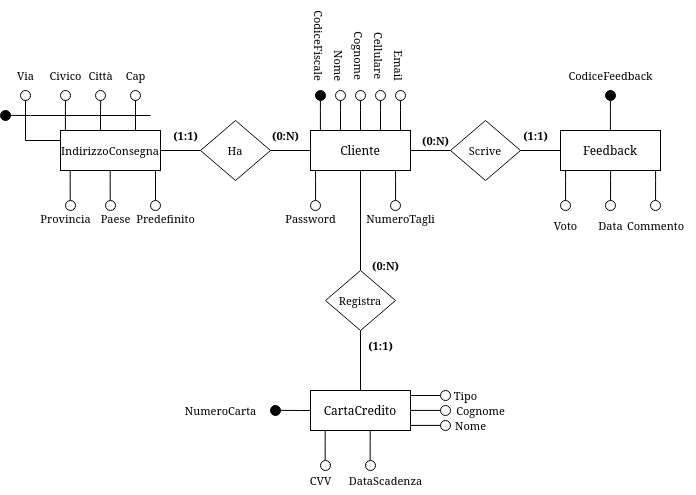
The draw.io diagram fase_due/images/rifinitura_cliente.png in IonutZbir/ProgettoDatabase, before a commit. Source tidied: cells renumbered, new cells last; positions are measured from the earlier drawing's top-left corner, leaving out a move shared by most shapes.
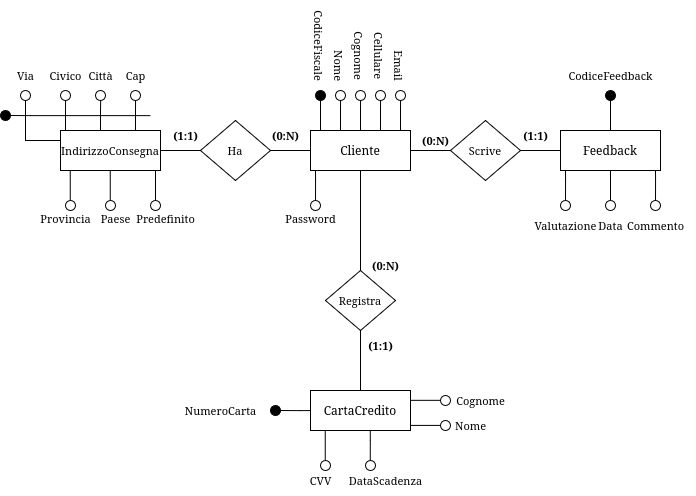
After the change.

The edit, as a diff of the source:
```diff
@@ -17,12 +17,6 @@
     <mxCell id="6" value="Feedback" style="whiteSpace=wrap;html=1;align=center;" parent="1" vertex="1">
       <mxGeometry x="560" y="100" width="100" height="40" as="geometry" />
     </mxCell>
-    <mxCell id="7" style="edgeStyle=orthogonalEdgeStyle;shape=connector;rounded=0;orthogonalLoop=1;jettySize=auto;html=1;strokeColor=default;align=center;verticalAlign=middle;fontFamily=Helvetica;fontSize=11;fontColor=default;labelBackgroundColor=default;endArrow=none;endFill=0;" parent="1" edge="1">
-      <mxGeometry relative="1" as="geometry">
-        <mxPoint x="410" y="365" as="sourcePoint" />
-        <mxPoint x="440" y="365" as="targetPoint" />
-      </mxGeometry>
-    </mxCell>
     <mxCell id="8" value="CartaCredito" style="whiteSpace=wrap;html=1;align=center;" parent="1" vertex="1">
       <mxGeometry x="310" y="360" width="100" height="40" as="geometry" />
     </mxCell>
@@ -257,22 +251,6 @@
     <mxCell id="57" value="Password" style="text;html=1;align=center;verticalAlign=middle;strokeColor=none;fillColor=none;fontFamily=Helvetica;fontSize=11;fontColor=default;labelBackgroundColor=default;" parent="1" vertex="1">
       <mxGeometry x="275" y="173" width="70" height="30" as="geometry" />
     </mxCell>
-    <mxCell id="58" style="edgeStyle=orthogonalEdgeStyle;shape=connector;rounded=0;orthogonalLoop=1;jettySize=auto;html=1;exitX=0.25;exitY=0;exitDx=0;exitDy=0;strokeColor=default;align=center;verticalAlign=middle;fontFamily=Helvetica;fontSize=11;fontColor=default;labelBackgroundColor=default;endArrow=none;endFill=0;" parent="1" edge="1">
-      <mxGeometry relative="1" as="geometry">
-        <mxPoint x="395.1" y="170" as="sourcePoint" />
-        <mxPoint x="395.1" y="140" as="targetPoint" />
-        <Array as="points">
-          <mxPoint x="395.3" y="150" />
-          <mxPoint x="395.3" y="150" />
-        </Array>
-      </mxGeometry>
-    </mxCell>
-    <mxCell id="59" style="ellipse;whiteSpace=wrap;html=1;fontFamily=Helvetica;fontSize=11;fontColor=default;labelBackgroundColor=default;" parent="1" vertex="1">
-      <mxGeometry x="390" y="170" width="10" height="10" as="geometry" />
-    </mxCell>
-    <mxCell id="60" value="NumeroTagli" style="text;html=1;align=center;verticalAlign=middle;strokeColor=none;fillColor=none;fontFamily=Helvetica;fontSize=11;fontColor=default;labelBackgroundColor=default;" parent="1" vertex="1">
-      <mxGeometry x="360" y="173" width="80" height="30" as="geometry" />
-    </mxCell>
     <mxCell id="61" style="edgeStyle=orthogonalEdgeStyle;shape=connector;rounded=0;orthogonalLoop=1;jettySize=auto;html=1;exitX=0.25;exitY=0;exitDx=0;exitDy=0;strokeColor=default;align=center;verticalAlign=middle;fontFamily=Helvetica;fontSize=11;fontColor=default;labelBackgroundColor=default;endArrow=none;endFill=0;" parent="1" edge="1">
       <mxGeometry relative="1" as="geometry">
         <mxPoint x="565" y="170" as="sourcePoint" />
@@ -286,8 +264,8 @@
     <mxCell id="62" style="ellipse;whiteSpace=wrap;html=1;fontFamily=Helvetica;fontSize=11;fontColor=default;labelBackgroundColor=default;" parent="1" vertex="1">
       <mxGeometry x="560" y="170" width="10" height="10" as="geometry" />
     </mxCell>
-    <mxCell id="63" value="Voto" style="text;html=1;align=center;verticalAlign=middle;strokeColor=none;fillColor=none;fontFamily=Helvetica;fontSize=11;fontColor=default;labelBackgroundColor=default;" parent="1" vertex="1">
-      <mxGeometry x="540" y="180" width="50" height="30" as="geometry" />
+    <mxCell id="63" value="Valutazione" style="text;html=1;align=center;verticalAlign=middle;strokeColor=none;fillColor=none;fontFamily=Helvetica;fontSize=11;fontColor=default;labelBackgroundColor=default;" parent="1" vertex="1">
+      <mxGeometry x="520" y="180" width="90" height="30" as="geometry" />
     </mxCell>
     <mxCell id="64" style="edgeStyle=orthogonalEdgeStyle;shape=connector;rounded=0;orthogonalLoop=1;jettySize=auto;html=1;exitX=0.25;exitY=0;exitDx=0;exitDy=0;strokeColor=default;align=center;verticalAlign=middle;fontFamily=Helvetica;fontSize=11;fontColor=default;labelBackgroundColor=default;endArrow=none;endFill=0;" parent="1" edge="1">
       <mxGeometry relative="1" as="geometry">
@@ -369,12 +347,6 @@
     <mxCell id="78" value="CVV" style="text;html=1;align=center;verticalAlign=middle;strokeColor=none;fillColor=none;fontFamily=Helvetica;fontSize=11;fontColor=default;labelBackgroundColor=default;" parent="1" vertex="1">
       <mxGeometry x="295" y="435" width="50" height="30" as="geometry" />
     </mxCell>
-    <mxCell id="79" style="ellipse;whiteSpace=wrap;html=1;fontFamily=Helvetica;fontSize=11;fontColor=default;labelBackgroundColor=default;" parent="1" vertex="1">
-      <mxGeometry x="440" y="360" width="10" height="10" as="geometry" />
-    </mxCell>
-    <mxCell id="80" value="Tipo" style="text;html=1;align=center;verticalAlign=middle;strokeColor=none;fillColor=none;fontFamily=Helvetica;fontSize=11;fontColor=default;labelBackgroundColor=default;" parent="1" vertex="1">
-      <mxGeometry x="445" y="350" width="40" height="30" as="geometry" />
-    </mxCell>
     <mxCell id="81" style="edgeStyle=orthogonalEdgeStyle;shape=connector;rounded=0;orthogonalLoop=1;jettySize=auto;html=1;strokeColor=default;align=center;verticalAlign=middle;fontFamily=Helvetica;fontSize=11;fontColor=default;labelBackgroundColor=default;endArrow=none;endFill=0;" parent="1" edge="1">
       <mxGeometry relative="1" as="geometry">
         <mxPoint x="410" y="394.9" as="sourcePoint" />
@@ -389,15 +361,15 @@
     </mxCell>
     <mxCell id="84" style="edgeStyle=orthogonalEdgeStyle;shape=connector;rounded=0;orthogonalLoop=1;jettySize=auto;html=1;strokeColor=default;align=center;verticalAlign=middle;fontFamily=Helvetica;fontSize=11;fontColor=default;labelBackgroundColor=default;endArrow=none;endFill=0;" parent="1" edge="1">
       <mxGeometry relative="1" as="geometry">
-        <mxPoint x="410" y="379.9" as="sourcePoint" />
-        <mxPoint x="440" y="379.9" as="targetPoint" />
+        <mxPoint x="410" y="369.8" as="sourcePoint" />
+        <mxPoint x="440" y="369.8" as="targetPoint" />
       </mxGeometry>
     </mxCell>
     <mxCell id="85" style="ellipse;whiteSpace=wrap;html=1;fontFamily=Helvetica;fontSize=11;fontColor=default;labelBackgroundColor=default;" parent="1" vertex="1">
-      <mxGeometry x="440" y="375" width="10" height="10" as="geometry" />
+      <mxGeometry x="440" y="365" width="10" height="10" as="geometry" />
     </mxCell>
     <mxCell id="86" value="Cognome" style="text;html=1;align=center;verticalAlign=middle;strokeColor=none;fillColor=none;fontFamily=Helvetica;fontSize=11;fontColor=default;labelBackgroundColor=default;" parent="1" vertex="1">
-      <mxGeometry x="445" y="365" width="70" height="30" as="geometry" />
+      <mxGeometry x="445" y="355" width="70" height="30" as="geometry" />
     </mxCell>
     <mxCell id="87" style="edgeStyle=orthogonalEdgeStyle;shape=connector;rounded=0;orthogonalLoop=1;jettySize=auto;html=1;exitX=0.25;exitY=0;exitDx=0;exitDy=0;strokeColor=default;align=center;verticalAlign=middle;fontFamily=Helvetica;fontSize=11;fontColor=default;labelBackgroundColor=default;endArrow=none;endFill=0;" parent="1" edge="1">
       <mxGeometry relative="1" as="geometry">
```
